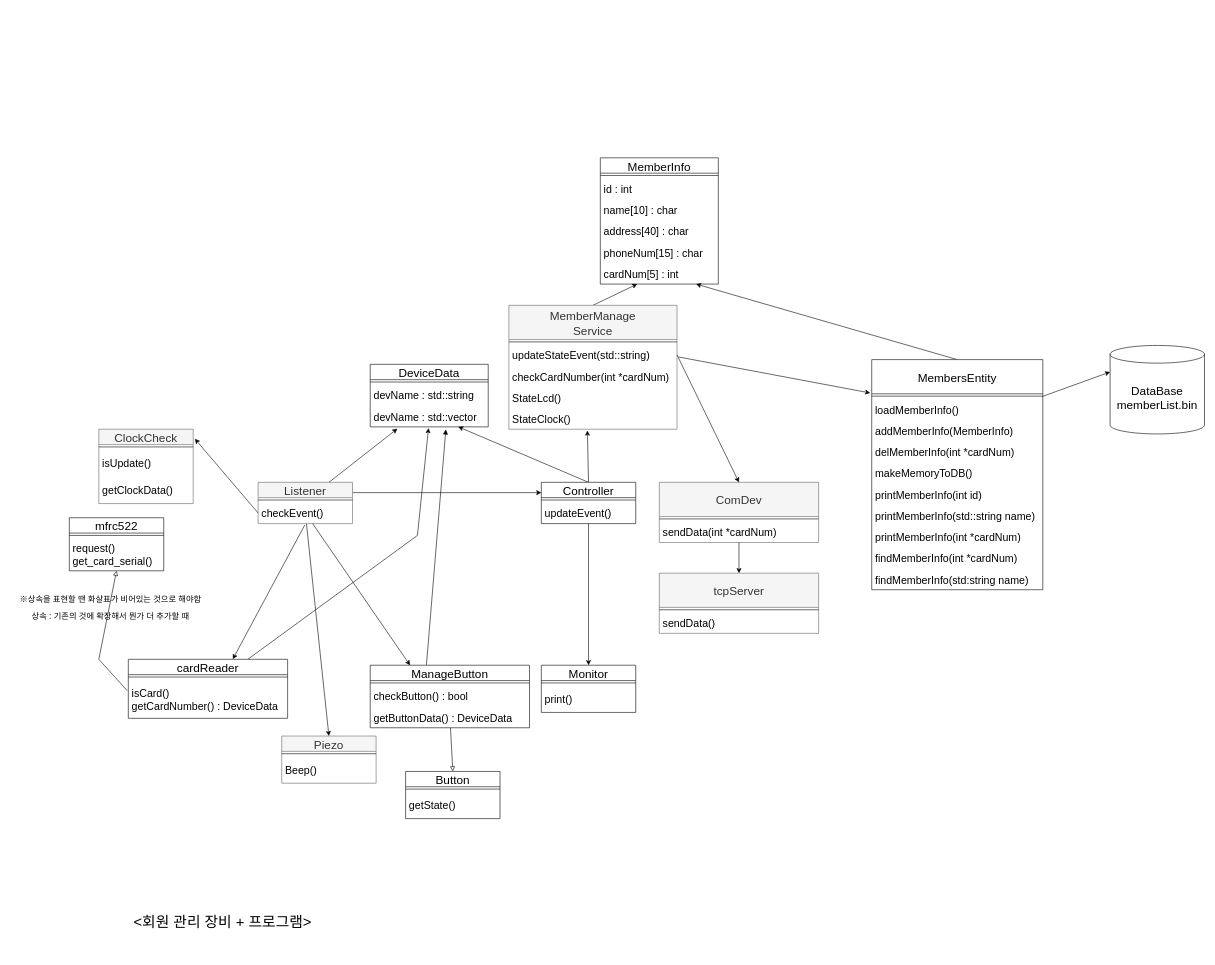
Earlier version of the draw.io diagram page "After Refactory3(0923)" (5 of 5) of SW_Design/SW_Design.drawio (Chigook/GolfMembersManager). Source tidied: cells renumbered, new cells numbered last; positions are measured from the earlier drawing's top-left corner, leaving out a move shared by most shapes. Both pictures are drawn from the tidied source at 59%, with x=0, y=0 at pixel (10, 158).
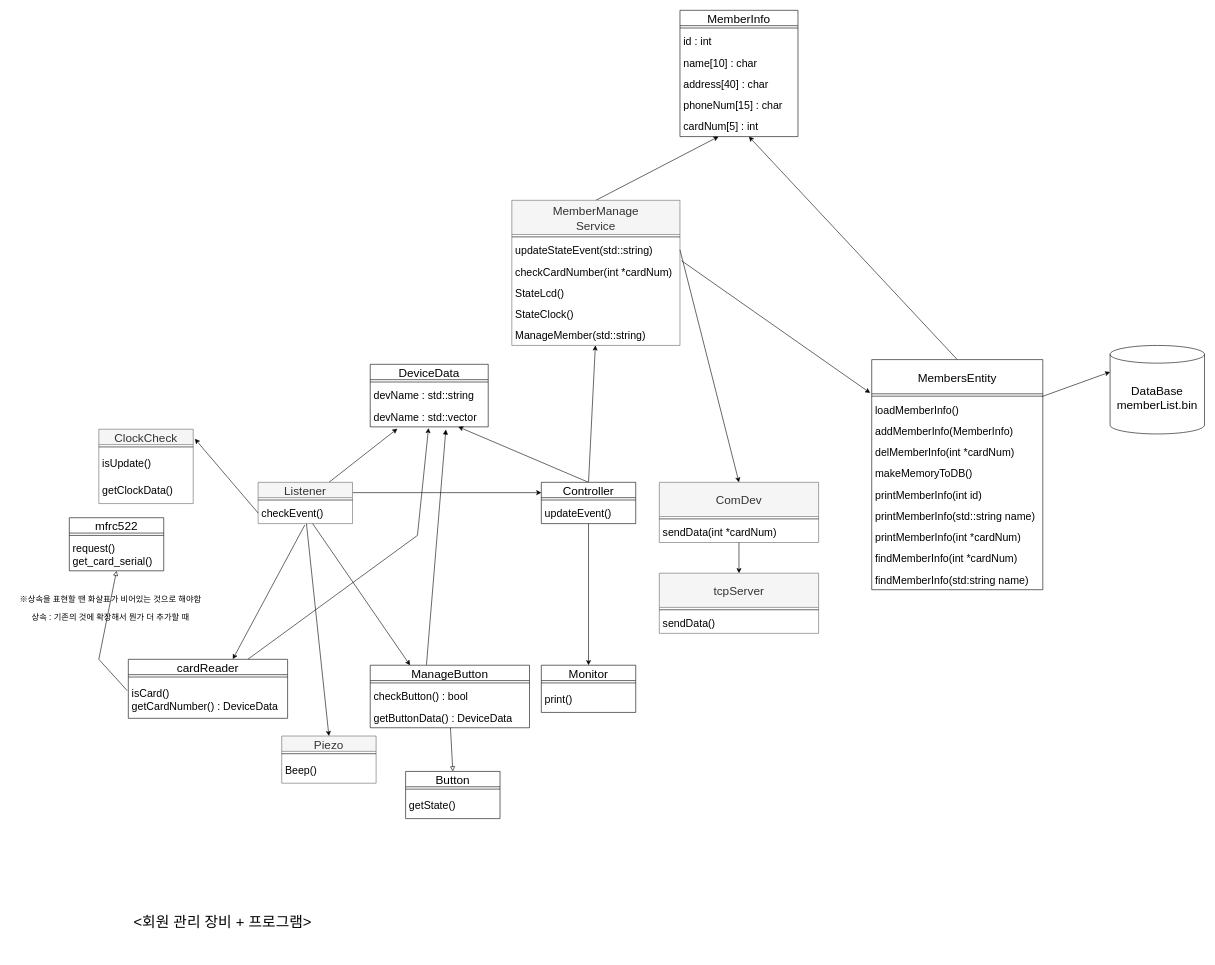
The same page after the edit.

The change refers to these unchanged cells:
```xml
<mxCell id="19" value="Controller" style="swimlane;fontStyle=0;align=center;verticalAlign=middle;horizontal=1;startSize=26;fontSize=20;rounded=0;" parent="1" vertex="1">
  <mxGeometry x="900" y="550" width="160" height="70" as="geometry" />
</mxCell>
<mxCell id="47" value="StateClock()" style="text;strokeColor=none;fillColor=none;align=left;verticalAlign=middle;spacingLeft=4;spacingRight=4;overflow=hidden;points=[[0,0.5],[1,0.5]];portConstraint=eastwest;fontSize=18;rounded=0;" parent="42" vertex="1">
  <mxGeometry y="174" width="285" height="36" as="geometry" />
</mxCell>
```

What changed in the source:
```diff
@@
-    <mxCell id="18" style="edgeStyle=none;html=1;exitX=0.5;exitY=0;exitDx=0;exitDy=0;rounded=0;entryX=0.467;entryY=1.062;entryDx=0;entryDy=0;entryPerimeter=0;" parent="1" edge="1" source="19" target="47">
+    <mxCell id="18" style="edgeStyle=none;html=1;exitX=0.5;exitY=0;exitDx=0;exitDy=0;rounded=0;" parent="1" edge="1" source="19" target="88">
       <mxGeometry relative="1" as="geometry" />
     </mxCell>
@@
     <mxCell id="33" value="MemberInfo" style="swimlane;fontStyle=0;align=center;verticalAlign=middle;horizontal=1;startSize=26;fontSize=20;rounded=0;" parent="1" vertex="1">
-      <mxGeometry x="1000" width="200" height="214" as="geometry" />
+      <mxGeometry x="1135" y="-250" width="200" height="214" as="geometry" />
     </mxCell>
@@
     <mxCell id="42" value="MemberManage&#10;Service" style="swimlane;fontStyle=0;align=center;verticalAlign=middle;horizontal=1;startSize=58;fontSize=20;rounded=0;fillColor=#f5f5f5;fontColor=#333333;strokeColor=#666666;" parent="1" vertex="1">
-      <mxGeometry x="845" y="250" width="285" height="210" as="geometry" />
+      <mxGeometry x="850" y="72" width="285" height="246" as="geometry" />
     </mxCell>
@@
+    <mxCell id="88" value="ManageMember(std::string)" style="text;strokeColor=none;fillColor=none;align=left;verticalAlign=middle;spacingLeft=4;spacingRight=4;overflow=hidden;points=[[0,0.5],[1,0.5]];portConstraint=eastwest;fontSize=18;rounded=0;" parent="42" vertex="1">
+      <mxGeometry y="210" width="285" height="36" as="geometry" />
+    </mxCell>
```
